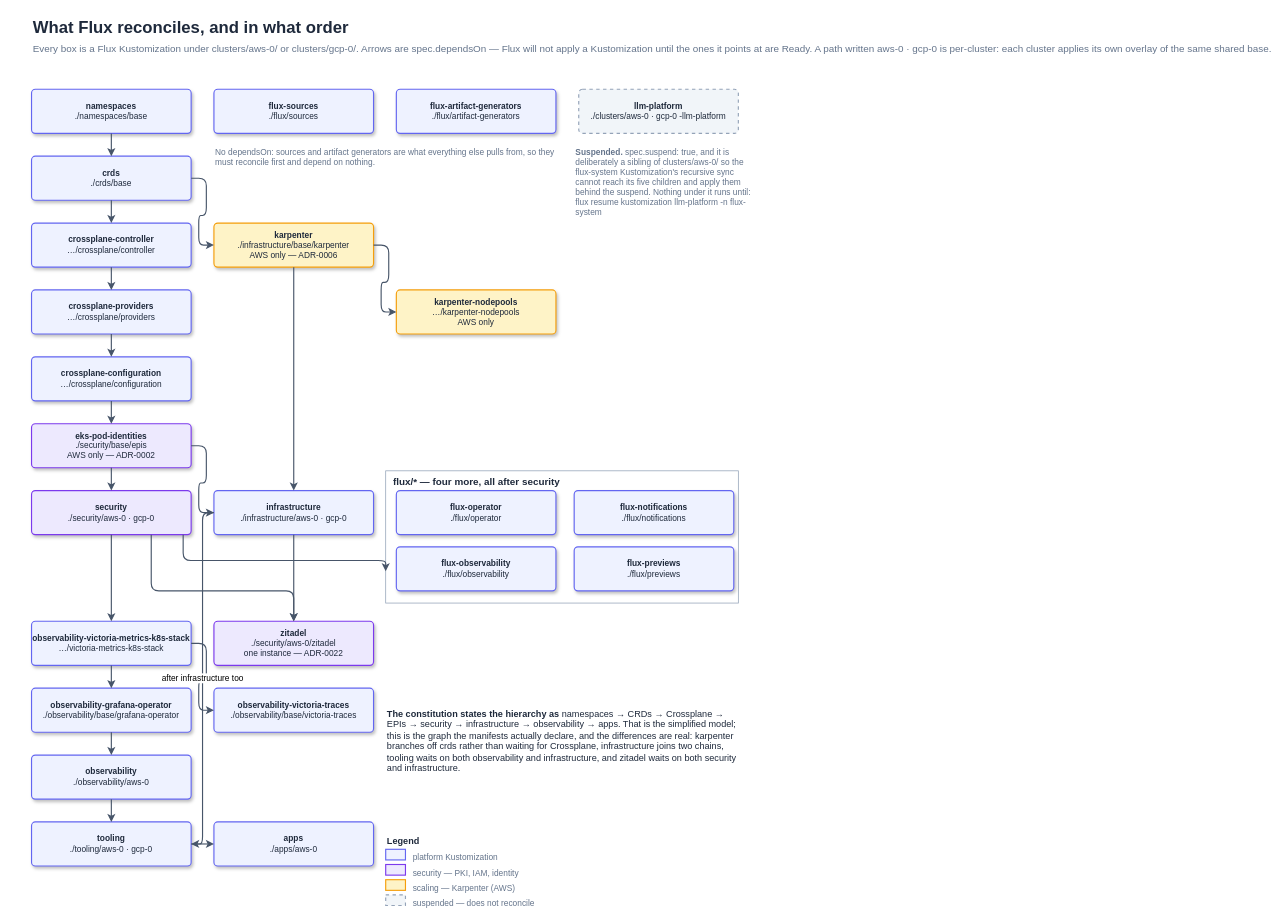
The draw.io diagram docs/architecture/flux-dependency-tree.drawio in Smana/cloud-native-ref, before the edit. Source tidied: cells renumbered, new cells numbered last; positions are measured from the earlier drawing's top-left corner, leaving out a move shared by most shapes. Both pictures are drawn from the tidied source at 76%, with x=0, y=0 at pixel (31, 13).
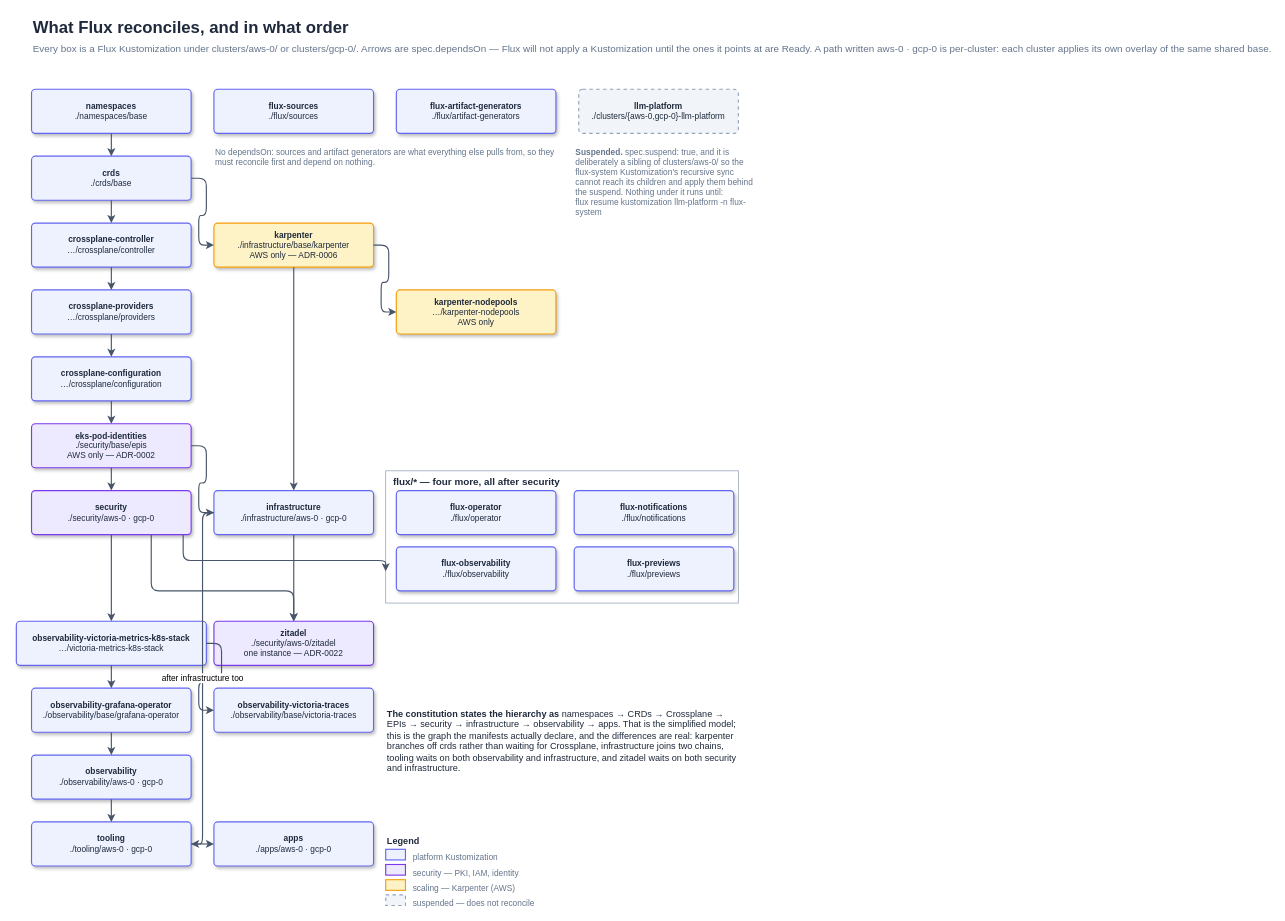
After the change.

Change to the diagram source:
```diff
@@
-    <mxCell id="7" value="&lt;b&gt;llm-platform&lt;/b&gt;&#10;./clusters/aws-0 · gcp-0 -llm-platform" style="rounded=1;absoluteArcSize=1;arcSize=10;dashed=1;whiteSpace=wrap;html=1;fillColor=#F1F5F9;strokeColor=#94A3B8;strokeWidth=1.5;fontColor=#1E293B;fontFamily=Helvetica;fontSize=11;" parent="1" vertex="1">
+    <mxCell id="7" value="&lt;b&gt;llm-platform&lt;/b&gt;&#10;./clusters/{aws-0,gcp-0}-llm-platform" style="rounded=1;absoluteArcSize=1;arcSize=10;dashed=1;whiteSpace=wrap;html=1;fillColor=#F1F5F9;strokeColor=#94A3B8;strokeWidth=1.5;fontColor=#1E293B;fontFamily=Helvetica;fontSize=11;" parent="1" vertex="1">
       <mxGeometry x="720" y="100" width="210" height="58" as="geometry" />
     </mxCell>
@@
     <mxCell id="22" value="&lt;b&gt;observability-victoria-metrics-k8s-stack&lt;/b&gt;&#10;…/victoria-metrics-k8s-stack" style="rounded=1;absoluteArcSize=1;arcSize=10;shadow=1;whiteSpace=wrap;html=1;fillColor=#EEF2FF;strokeColor=#6366F1;strokeWidth=1.5;fontColor=#1E293B;fontFamily=Helvetica;fontSize=11;" parent="1" vertex="1">
-      <mxGeometry y="800" width="210" height="58" as="geometry" />
+      <mxGeometry x="-20" y="800" width="250" height="58" as="geometry" />
     </mxCell>
@@
-    <mxCell id="26" value="&lt;b&gt;observability&lt;/b&gt;&#10;./observability/aws-0" style="rounded=1;absoluteArcSize=1;arcSize=10;shadow=1;whiteSpace=wrap;html=1;fillColor=#EEF2FF;strokeColor=#6366F1;strokeWidth=1.5;fontColor=#1E293B;fontFamily=Helvetica;fontSize=11;" parent="1" vertex="1">
+    <mxCell id="26" value="&lt;b&gt;observability&lt;/b&gt;&#10;./observability/aws-0 · gcp-0" style="rounded=1;absoluteArcSize=1;arcSize=10;shadow=1;whiteSpace=wrap;html=1;fillColor=#EEF2FF;strokeColor=#6366F1;strokeWidth=1.5;fontColor=#1E293B;fontFamily=Helvetica;fontSize=11;" parent="1" vertex="1">
       <mxGeometry y="976" width="210" height="58" as="geometry" />
     </mxCell>
@@
-    <mxCell id="28" value="&lt;b&gt;apps&lt;/b&gt;&#10;./apps/aws-0" style="rounded=1;absoluteArcSize=1;arcSize=10;shadow=1;whiteSpace=wrap;html=1;fillColor=#EEF2FF;strokeColor=#6366F1;strokeWidth=1.5;fontColor=#1E293B;fontFamily=Helvetica;fontSize=11;" parent="1" vertex="1">
+    <mxCell id="28" value="&lt;b&gt;apps&lt;/b&gt;&#10;./apps/aws-0 · gcp-0" style="rounded=1;absoluteArcSize=1;arcSize=10;shadow=1;whiteSpace=wrap;html=1;fillColor=#EEF2FF;strokeColor=#6366F1;strokeWidth=1.5;fontColor=#1E293B;fontFamily=Helvetica;fontSize=11;" parent="1" vertex="1">
       <mxGeometry x="240" y="1064" width="210" height="58" as="geometry" />
     </mxCell>
@@
-    <mxCell id="49" value="&lt;b&gt;Suspended.&lt;/b&gt; spec.suspend: true, and it is deliberately a sibling of clusters/aws-0/ so the flux-system Kustomization's recursive sync cannot reach its five children and apply them behind the suspend. Nothing under it runs until:&#10;flux resume kustomization llm-platform -n flux-system" style="text;html=1;fontFamily=Helvetica;fontSize=11;fontColor=#64748B;align=left;verticalAlign=top;whiteSpace=wrap;" parent="1" vertex="1">
+    <mxCell id="49" value="&lt;b&gt;Suspended.&lt;/b&gt; spec.suspend: true, and it is deliberately a sibling of clusters/aws-0/ so the flux-system Kustomization's recursive sync cannot reach its children and apply them behind the suspend. Nothing under it runs until:&#10;flux resume kustomization llm-platform -n flux-system" style="text;html=1;fontFamily=Helvetica;fontSize=11;fontColor=#64748B;align=left;verticalAlign=top;whiteSpace=wrap;" parent="1" vertex="1">
       <mxGeometry x="714" y="170" width="246" height="140" as="geometry" />
     </mxCell>
```
